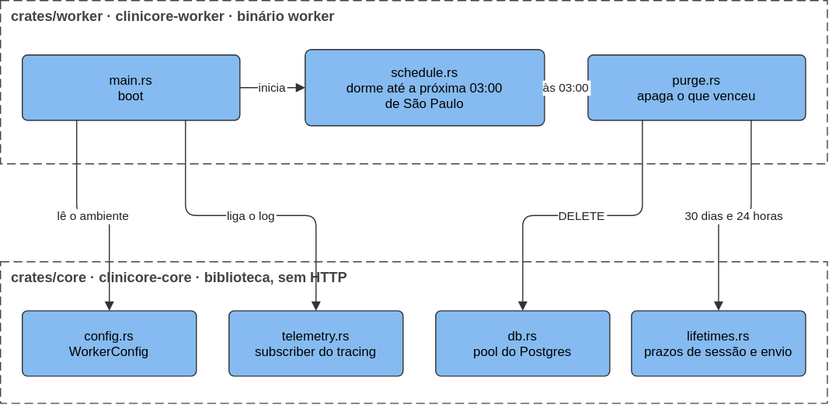
Before: docs/architecture/diagrams/components-worker.drawio.svg, a diagram exported from draw.io (TheoOdawara/clinicore). Source tidied: cells renumbered, new cells last; positions are measured from the earlier drawing's top-left corner, leaving out a move shared by most shapes. Source of this version:
```xml
<mxGraphModel background="#ffffff">
  <root>
    <mxCell id="0" />
    <mxCell id="1" parent="0" />
    <mxCell id="2" value="crates/worker · clinicore-worker · binário worker" style="rounded=0;html=0;fillColor=none;strokeColor=#444444;dashed=1;dashPattern=8 4;fontSize=13;fontStyle=1;verticalAlign=top;align=left;spacingLeft=8;fontColor=#444444;" parent="1" vertex="1">
      <mxGeometry width="760" height="150" as="geometry" />
    </mxCell>
    <mxCell id="3" value="main.rs&#10;boot" style="rounded=1;arcSize=8;html=0;fillColor=#85bbf0;fontColor=#000000;strokeColor=#333333;fontSize=12;" parent="1" vertex="1">
      <mxGeometry x="20" y="50" width="200" height="60" as="geometry" />
    </mxCell>
    <mxCell id="4" value="schedule.rs&#10;dorme até a próxima 03:00&#10;de São Paulo" style="rounded=1;arcSize=8;html=0;fillColor=#85bbf0;fontColor=#000000;strokeColor=#333333;fontSize=12;" parent="1" vertex="1">
      <mxGeometry x="280" y="45" width="220" height="70" as="geometry" />
    </mxCell>
    <mxCell id="5" value="purge.rs&#10;apaga o que venceu" style="rounded=1;arcSize=8;html=0;fillColor=#85bbf0;fontColor=#000000;strokeColor=#333333;fontSize=12;" parent="1" vertex="1">
      <mxGeometry x="540" y="50" width="200" height="60" as="geometry" />
    </mxCell>
    <mxCell id="6" value="crates/core · clinicore-core · biblioteca, sem HTTP" style="rounded=0;html=0;fillColor=none;strokeColor=#444444;dashed=1;dashPattern=8 4;fontSize=13;fontStyle=1;verticalAlign=top;align=left;spacingLeft=8;fontColor=#444444;" parent="1" vertex="1">
      <mxGeometry y="240" width="760" height="130" as="geometry" />
    </mxCell>
    <mxCell id="7" value="config.rs&#10;WorkerConfig" style="rounded=1;arcSize=8;html=0;fillColor=#85bbf0;fontColor=#000000;strokeColor=#333333;fontSize=12;" parent="1" vertex="1">
      <mxGeometry x="20" y="285" width="160" height="60" as="geometry" />
    </mxCell>
    <mxCell id="8" value="telemetry.rs&#10;subscriber do tracing" style="rounded=1;arcSize=8;html=0;fillColor=#85bbf0;fontColor=#000000;strokeColor=#333333;fontSize=12;" parent="1" vertex="1">
      <mxGeometry x="210" y="285" width="160" height="60" as="geometry" />
    </mxCell>
    <mxCell id="9" value="db.rs&#10;pool do Postgres" style="rounded=1;arcSize=8;html=0;fillColor=#85bbf0;fontColor=#000000;strokeColor=#333333;fontSize=12;" parent="1" vertex="1">
      <mxGeometry x="400" y="285" width="160" height="60" as="geometry" />
    </mxCell>
    <mxCell id="10" value="lifetimes.rs&#10;prazos de sessão e envio" style="rounded=1;arcSize=8;html=0;fillColor=#85bbf0;fontColor=#000000;strokeColor=#333333;fontSize=12;" parent="1" vertex="1">
      <mxGeometry x="580" y="285" width="160" height="60" as="geometry" />
    </mxCell>
    <mxCell id="11" value="inicia" style="html=0;endArrow=block;endFill=1;strokeColor=#333333;fontSize=11;fontColor=#222222;labelBackgroundColor=#ffffff;edgeStyle=orthogonalEdgeStyle;rounded=1;exitX=1;exitY=0.5;exitDx=0;exitDy=0;entryX=0;entryY=0.5;entryDx=0;entryDy=0;" parent="1" edge="1" source="3" target="4">
      <mxGeometry relative="1" as="geometry" />
    </mxCell>
    <mxCell id="12" value="às 03:00" style="html=0;endArrow=block;endFill=1;strokeColor=#333333;fontSize=11;fontColor=#222222;labelBackgroundColor=#ffffff;edgeStyle=orthogonalEdgeStyle;rounded=1;exitX=1;exitY=0.5;exitDx=0;exitDy=0;entryX=0;entryY=0.5;entryDx=0;entryDy=0;" parent="1" edge="1" source="4" target="5">
      <mxGeometry relative="1" as="geometry" />
    </mxCell>
    <mxCell id="13" value="lê o ambiente" style="html=0;endArrow=block;endFill=1;strokeColor=#333333;fontSize=11;fontColor=#222222;labelBackgroundColor=#ffffff;edgeStyle=orthogonalEdgeStyle;rounded=1;exitX=0.25;exitY=1;exitDx=0;exitDy=0;entryX=0.5;entryY=0;entryDx=0;entryDy=0;" parent="1" edge="1" source="3" target="7">
      <mxGeometry relative="1" as="geometry" />
    </mxCell>
    <mxCell id="14" value="liga o log" style="html=0;endArrow=block;endFill=1;strokeColor=#333333;fontSize=11;fontColor=#222222;labelBackgroundColor=#ffffff;edgeStyle=orthogonalEdgeStyle;rounded=1;exitX=0.75;exitY=1;exitDx=0;exitDy=0;entryX=0.5;entryY=0;entryDx=0;entryDy=0;" parent="1" edge="1" source="3" target="8">
      <mxGeometry relative="1" as="geometry" />
    </mxCell>
    <mxCell id="15" value="DELETE" style="html=0;endArrow=block;endFill=1;strokeColor=#333333;fontSize=11;fontColor=#222222;labelBackgroundColor=#ffffff;edgeStyle=orthogonalEdgeStyle;rounded=1;exitX=0.25;exitY=1;exitDx=0;exitDy=0;entryX=0.5;entryY=0;entryDx=0;entryDy=0;" parent="1" edge="1" source="5" target="9">
      <mxGeometry relative="1" as="geometry" />
    </mxCell>
    <mxCell id="16" value="30 dias e 24 horas" style="html=0;endArrow=block;endFill=1;strokeColor=#333333;fontSize=11;fontColor=#222222;labelBackgroundColor=#ffffff;edgeStyle=orthogonalEdgeStyle;rounded=1;exitX=0.75;exitY=1;exitDx=0;exitDy=0;entryX=0.5;entryY=0;entryDx=0;entryDy=0;" parent="1" edge="1" source="5" target="10">
      <mxGeometry relative="1" as="geometry" />
    </mxCell>
  </root>
</mxGraphModel>
```
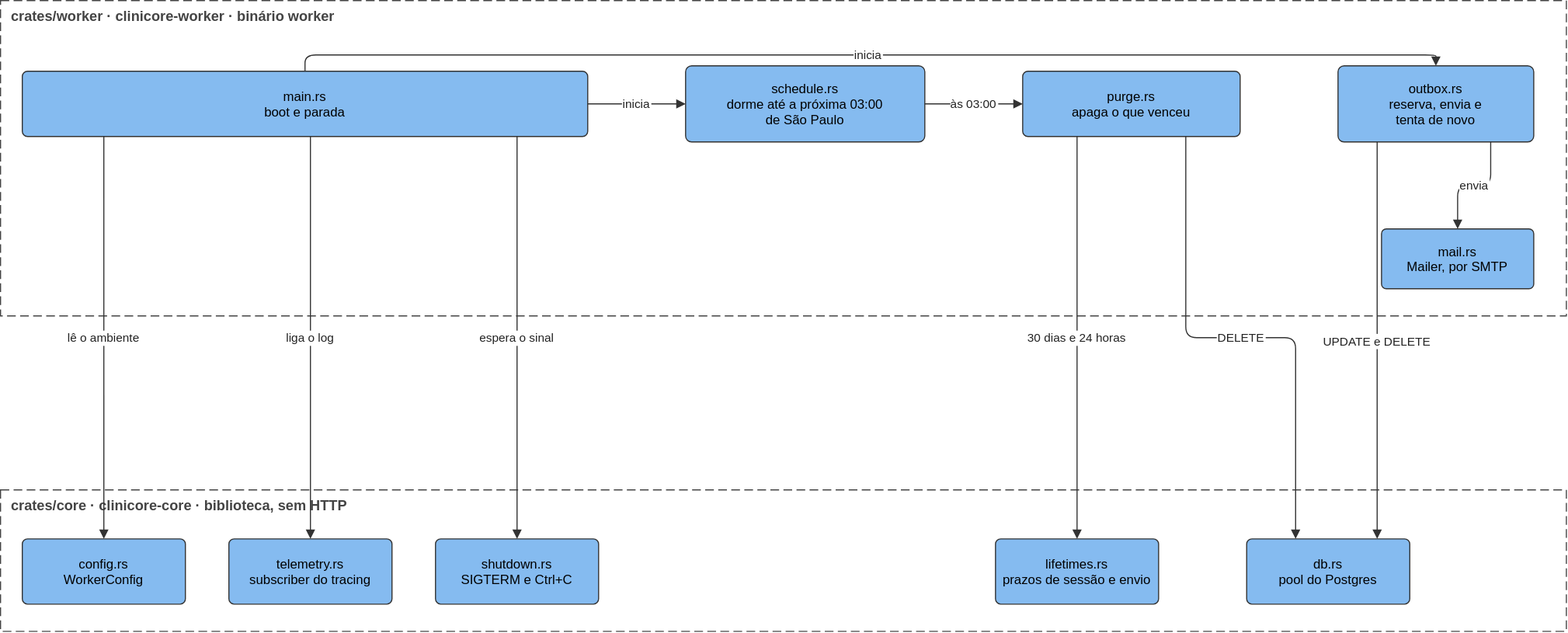
After the commit.

The edit, as a diff of the source:
```diff
@@ -3,49 +3,70 @@
     <mxCell id="0" />
     <mxCell id="1" parent="0" />
     <mxCell id="2" value="crates/worker · clinicore-worker · binário worker" style="rounded=0;html=0;fillColor=none;strokeColor=#444444;dashed=1;dashPattern=8 4;fontSize=13;fontStyle=1;verticalAlign=top;align=left;spacingLeft=8;fontColor=#444444;" parent="1" vertex="1">
-      <mxGeometry width="760" height="150" as="geometry" />
+      <mxGeometry width="1440" height="290" as="geometry" />
     </mxCell>
-    <mxCell id="3" value="main.rs&#10;boot" style="rounded=1;arcSize=8;html=0;fillColor=#85bbf0;fontColor=#000000;strokeColor=#333333;fontSize=12;" parent="1" vertex="1">
-      <mxGeometry x="20" y="50" width="200" height="60" as="geometry" />
+    <mxCell id="3" value="main.rs&#10;boot e parada" style="rounded=1;arcSize=8;html=0;fillColor=#85bbf0;fontColor=#000000;strokeColor=#333333;fontSize=12;" parent="1" vertex="1">
+      <mxGeometry x="20" y="65" width="520" height="60" as="geometry" />
     </mxCell>
     <mxCell id="4" value="schedule.rs&#10;dorme até a próxima 03:00&#10;de São Paulo" style="rounded=1;arcSize=8;html=0;fillColor=#85bbf0;fontColor=#000000;strokeColor=#333333;fontSize=12;" parent="1" vertex="1">
-      <mxGeometry x="280" y="45" width="220" height="70" as="geometry" />
+      <mxGeometry x="630" y="60" width="220" height="70" as="geometry" />
     </mxCell>
     <mxCell id="5" value="purge.rs&#10;apaga o que venceu" style="rounded=1;arcSize=8;html=0;fillColor=#85bbf0;fontColor=#000000;strokeColor=#333333;fontSize=12;" parent="1" vertex="1">
-      <mxGeometry x="540" y="50" width="200" height="60" as="geometry" />
+      <mxGeometry x="940" y="65" width="200" height="60" as="geometry" />
     </mxCell>
+    <mxCell id="17" value="outbox.rs&#10;reserva, envia e&#10;tenta de novo" style="rounded=1;arcSize=8;html=0;fillColor=#85bbf0;fontColor=#000000;strokeColor=#333333;fontSize=12;" parent="1" vertex="1">
+      <mxGeometry x="1230" y="60" width="180" height="70" as="geometry" />
+    </mxCell>
+    <mxCell id="18" value="mail.rs&#10;Mailer, por SMTP" style="rounded=1;arcSize=8;html=0;fillColor=#85bbf0;fontColor=#000000;strokeColor=#333333;fontSize=12;" parent="1" vertex="1">
+      <mxGeometry x="1270" y="210" width="140" height="55" as="geometry" />
+    </mxCell>
     <mxCell id="6" value="crates/core · clinicore-core · biblioteca, sem HTTP" style="rounded=0;html=0;fillColor=none;strokeColor=#444444;dashed=1;dashPattern=8 4;fontSize=13;fontStyle=1;verticalAlign=top;align=left;spacingLeft=8;fontColor=#444444;" parent="1" vertex="1">
-      <mxGeometry y="240" width="760" height="130" as="geometry" />
+      <mxGeometry y="450" width="1440" height="130" as="geometry" />
     </mxCell>
     <mxCell id="7" value="config.rs&#10;WorkerConfig" style="rounded=1;arcSize=8;html=0;fillColor=#85bbf0;fontColor=#000000;strokeColor=#333333;fontSize=12;" parent="1" vertex="1">
-      <mxGeometry x="20" y="285" width="160" height="60" as="geometry" />
+      <mxGeometry x="20" y="495" width="150" height="60" as="geometry" />
     </mxCell>
     <mxCell id="8" value="telemetry.rs&#10;subscriber do tracing" style="rounded=1;arcSize=8;html=0;fillColor=#85bbf0;fontColor=#000000;strokeColor=#333333;fontSize=12;" parent="1" vertex="1">
-      <mxGeometry x="210" y="285" width="160" height="60" as="geometry" />
+      <mxGeometry x="210" y="495" width="150" height="60" as="geometry" />
     </mxCell>
+    <mxCell id="19" value="shutdown.rs&#10;SIGTERM e Ctrl+C" style="rounded=1;arcSize=8;html=0;fillColor=#85bbf0;fontColor=#000000;strokeColor=#333333;fontSize=12;" parent="1" vertex="1">
+      <mxGeometry x="400" y="495" width="150" height="60" as="geometry" />
+    </mxCell>
+    <mxCell id="10" value="lifetimes.rs&#10;prazos de sessão e envio" style="rounded=1;arcSize=8;html=0;fillColor=#85bbf0;fontColor=#000000;strokeColor=#333333;fontSize=12;" parent="1" vertex="1">
+      <mxGeometry x="915" y="495" width="150" height="60" as="geometry" />
+    </mxCell>
     <mxCell id="9" value="db.rs&#10;pool do Postgres" style="rounded=1;arcSize=8;html=0;fillColor=#85bbf0;fontColor=#000000;strokeColor=#333333;fontSize=12;" parent="1" vertex="1">
-      <mxGeometry x="400" y="285" width="160" height="60" as="geometry" />
+      <mxGeometry x="1146" y="495" width="150" height="60" as="geometry" />
     </mxCell>
-    <mxCell id="10" value="lifetimes.rs&#10;prazos de sessão e envio" style="rounded=1;arcSize=8;html=0;fillColor=#85bbf0;fontColor=#000000;strokeColor=#333333;fontSize=12;" parent="1" vertex="1">
-      <mxGeometry x="580" y="285" width="160" height="60" as="geometry" />
-    </mxCell>
     <mxCell id="11" value="inicia" style="html=0;endArrow=block;endFill=1;strokeColor=#333333;fontSize=11;fontColor=#222222;labelBackgroundColor=#ffffff;edgeStyle=orthogonalEdgeStyle;rounded=1;exitX=1;exitY=0.5;exitDx=0;exitDy=0;entryX=0;entryY=0.5;entryDx=0;entryDy=0;" parent="1" edge="1" source="3" target="4">
       <mxGeometry relative="1" as="geometry" />
     </mxCell>
     <mxCell id="12" value="às 03:00" style="html=0;endArrow=block;endFill=1;strokeColor=#333333;fontSize=11;fontColor=#222222;labelBackgroundColor=#ffffff;edgeStyle=orthogonalEdgeStyle;rounded=1;exitX=1;exitY=0.5;exitDx=0;exitDy=0;entryX=0;entryY=0.5;entryDx=0;entryDy=0;" parent="1" edge="1" source="4" target="5">
       <mxGeometry relative="1" as="geometry" />
     </mxCell>
+    <mxCell id="20" value="inicia" style="html=0;endArrow=block;endFill=1;strokeColor=#333333;fontSize=11;fontColor=#222222;labelBackgroundColor=#ffffff;edgeStyle=orthogonalEdgeStyle;rounded=1;exitX=0.5;exitY=0;exitDx=0;exitDy=0;entryX=0.5;entryY=0;entryDx=0;entryDy=0;" parent="1" edge="1" source="3" target="17">
+      <mxGeometry relative="1" as="geometry" />
+    </mxCell>
+    <mxCell id="21" value="envia" style="html=0;endArrow=block;endFill=1;strokeColor=#333333;fontSize=11;fontColor=#222222;labelBackgroundColor=#ffffff;edgeStyle=orthogonalEdgeStyle;rounded=1;exitX=0.78;exitY=1;exitDx=0;exitDy=0;entryX=0.5;entryY=0;entryDx=0;entryDy=0;" parent="1" edge="1" source="17" target="18">
+      <mxGeometry relative="1" as="geometry" />
+    </mxCell>
-    <mxCell id="13" value="lê o ambiente" style="html=0;endArrow=block;endFill=1;strokeColor=#333333;fontSize=11;fontColor=#222222;labelBackgroundColor=#ffffff;edgeStyle=orthogonalEdgeStyle;rounded=1;exitX=0.25;exitY=1;exitDx=0;exitDy=0;entryX=0.5;entryY=0;entryDx=0;entryDy=0;" parent="1" edge="1" source="3" target="7">
+    <mxCell id="13" value="lê o ambiente" style="html=0;endArrow=block;endFill=1;strokeColor=#333333;fontSize=11;fontColor=#222222;labelBackgroundColor=#ffffff;edgeStyle=orthogonalEdgeStyle;rounded=1;exitX=0.1442;exitY=1;exitDx=0;exitDy=0;entryX=0.5;entryY=0;entryDx=0;entryDy=0;" parent="1" edge="1" source="3" target="7">
       <mxGeometry relative="1" as="geometry" />
     </mxCell>
-    <mxCell id="14" value="liga o log" style="html=0;endArrow=block;endFill=1;strokeColor=#333333;fontSize=11;fontColor=#222222;labelBackgroundColor=#ffffff;edgeStyle=orthogonalEdgeStyle;rounded=1;exitX=0.75;exitY=1;exitDx=0;exitDy=0;entryX=0.5;entryY=0;entryDx=0;entryDy=0;" parent="1" edge="1" source="3" target="8">
+    <mxCell id="14" value="liga o log" style="html=0;endArrow=block;endFill=1;strokeColor=#333333;fontSize=11;fontColor=#222222;labelBackgroundColor=#ffffff;edgeStyle=orthogonalEdgeStyle;rounded=1;exitX=0.5096;exitY=1;exitDx=0;exitDy=0;entryX=0.5;entryY=0;entryDx=0;entryDy=0;" parent="1" edge="1" source="3" target="8">
       <mxGeometry relative="1" as="geometry" />
     </mxCell>
+    <mxCell id="22" value="espera o sinal" style="html=0;endArrow=block;endFill=1;strokeColor=#333333;fontSize=11;fontColor=#222222;labelBackgroundColor=#ffffff;edgeStyle=orthogonalEdgeStyle;rounded=1;exitX=0.875;exitY=1;exitDx=0;exitDy=0;entryX=0.5;entryY=0;entryDx=0;entryDy=0;" parent="1" edge="1" source="3" target="19">
+      <mxGeometry relative="1" as="geometry" />
+    </mxCell>
+    <mxCell id="16" value="30 dias e 24 horas" style="html=0;endArrow=block;endFill=1;strokeColor=#333333;fontSize=11;fontColor=#222222;labelBackgroundColor=#ffffff;edgeStyle=orthogonalEdgeStyle;rounded=1;exitX=0.25;exitY=1;exitDx=0;exitDy=0;entryX=0.5;entryY=0;entryDx=0;entryDy=0;" parent="1" edge="1" source="5" target="10">
+      <mxGeometry relative="1" as="geometry" />
+    </mxCell>
-    <mxCell id="15" value="DELETE" style="html=0;endArrow=block;endFill=1;strokeColor=#333333;fontSize=11;fontColor=#222222;labelBackgroundColor=#ffffff;edgeStyle=orthogonalEdgeStyle;rounded=1;exitX=0.25;exitY=1;exitDx=0;exitDy=0;entryX=0.5;entryY=0;entryDx=0;entryDy=0;" parent="1" edge="1" source="5" target="9">
+    <mxCell id="15" value="DELETE" style="html=0;endArrow=block;endFill=1;strokeColor=#333333;fontSize=11;fontColor=#222222;labelBackgroundColor=#ffffff;edgeStyle=orthogonalEdgeStyle;rounded=1;exitX=0.75;exitY=1;exitDx=0;exitDy=0;entryX=0.3;entryY=0;entryDx=0;entryDy=0;" parent="1" edge="1" source="5" target="9">
       <mxGeometry relative="1" as="geometry" />
     </mxCell>
-    <mxCell id="16" value="30 dias e 24 horas" style="html=0;endArrow=block;endFill=1;strokeColor=#333333;fontSize=11;fontColor=#222222;labelBackgroundColor=#ffffff;edgeStyle=orthogonalEdgeStyle;rounded=1;exitX=0.75;exitY=1;exitDx=0;exitDy=0;entryX=0.5;entryY=0;entryDx=0;entryDy=0;" parent="1" edge="1" source="5" target="10">
-      <mxGeometry relative="1" as="geometry" />
-    </mxCell>
+    <mxCell id="23" value="UPDATE e DELETE" style="html=0;endArrow=block;endFill=1;strokeColor=#333333;fontSize=11;fontColor=#222222;labelBackgroundColor=#ffffff;edgeStyle=orthogonalEdgeStyle;rounded=1;exitX=0.2;exitY=1;exitDx=0;exitDy=0;entryX=0.8;entryY=0;entryDx=0;entryDy=0;" parent="1" edge="1" source="17" target="9">
+      <mxGeometry relative="1" as="geometry" />
+    </mxCell>
   </root>
 </mxGraphModel>
```
